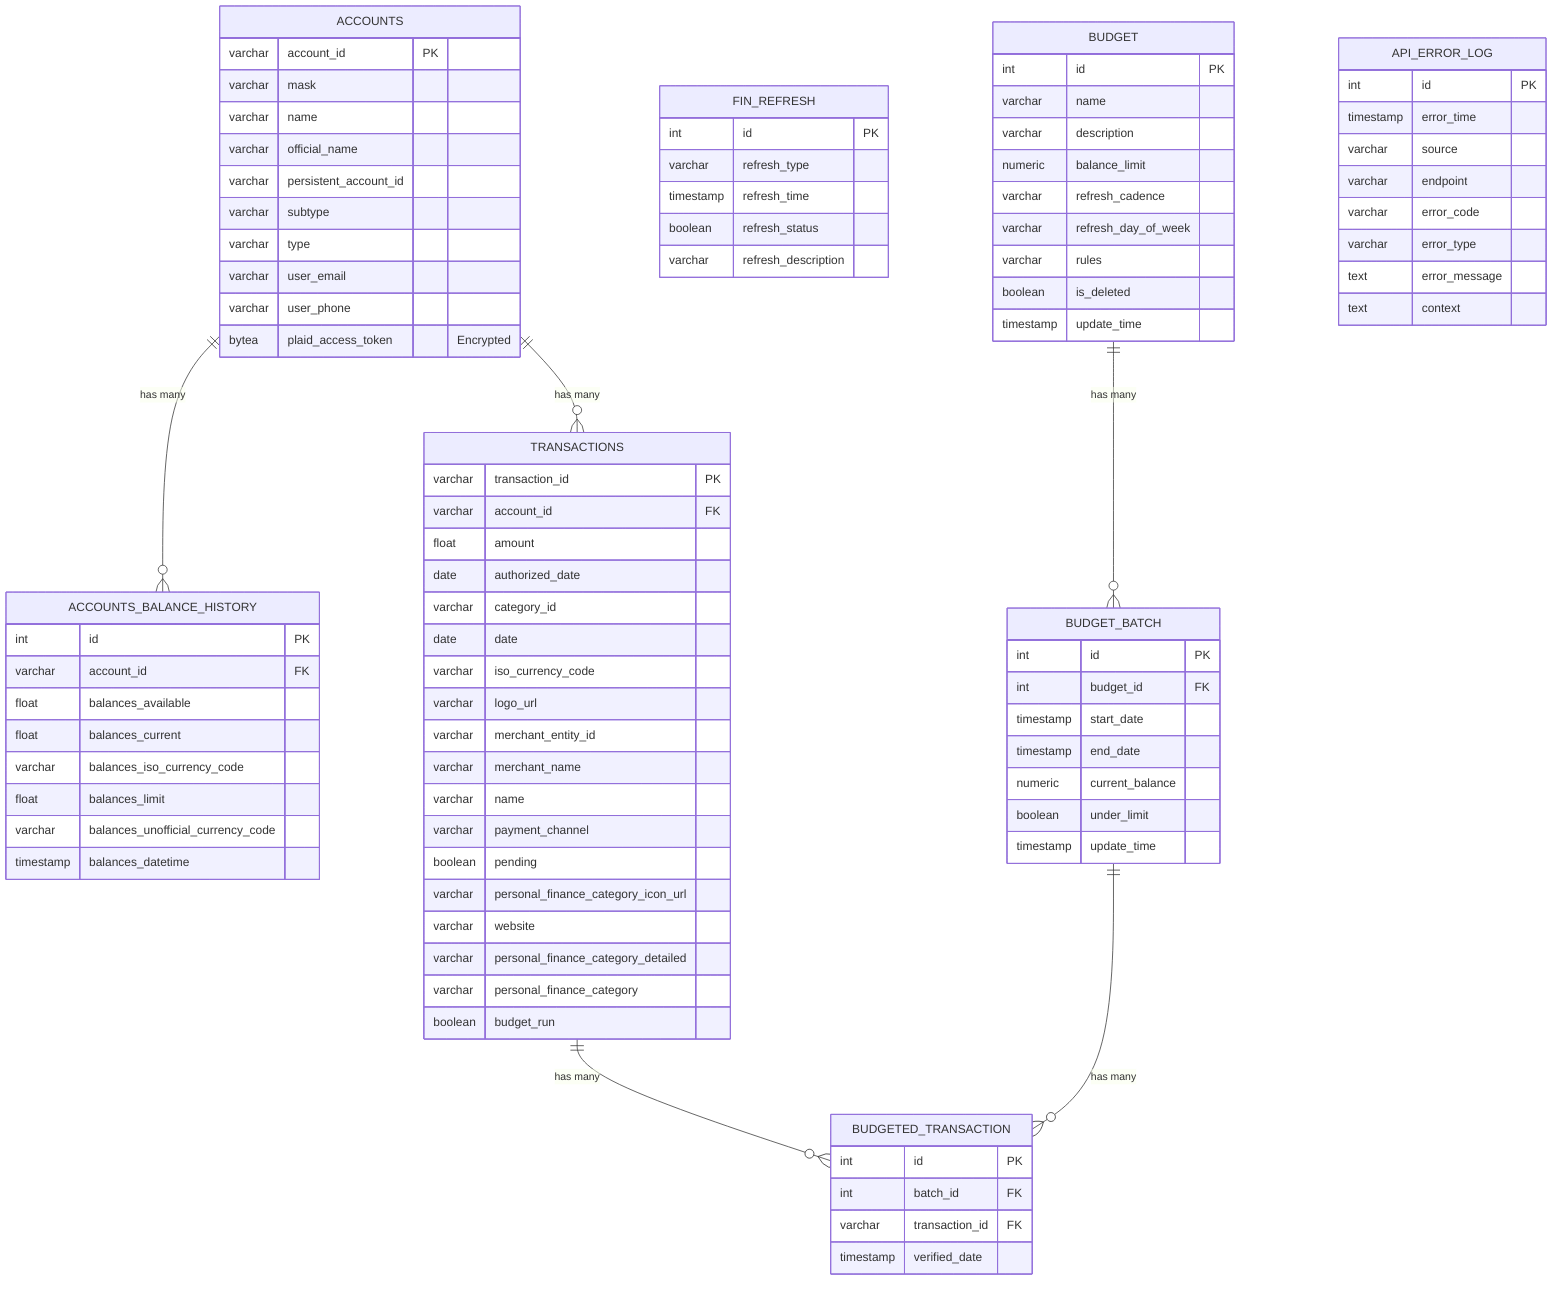
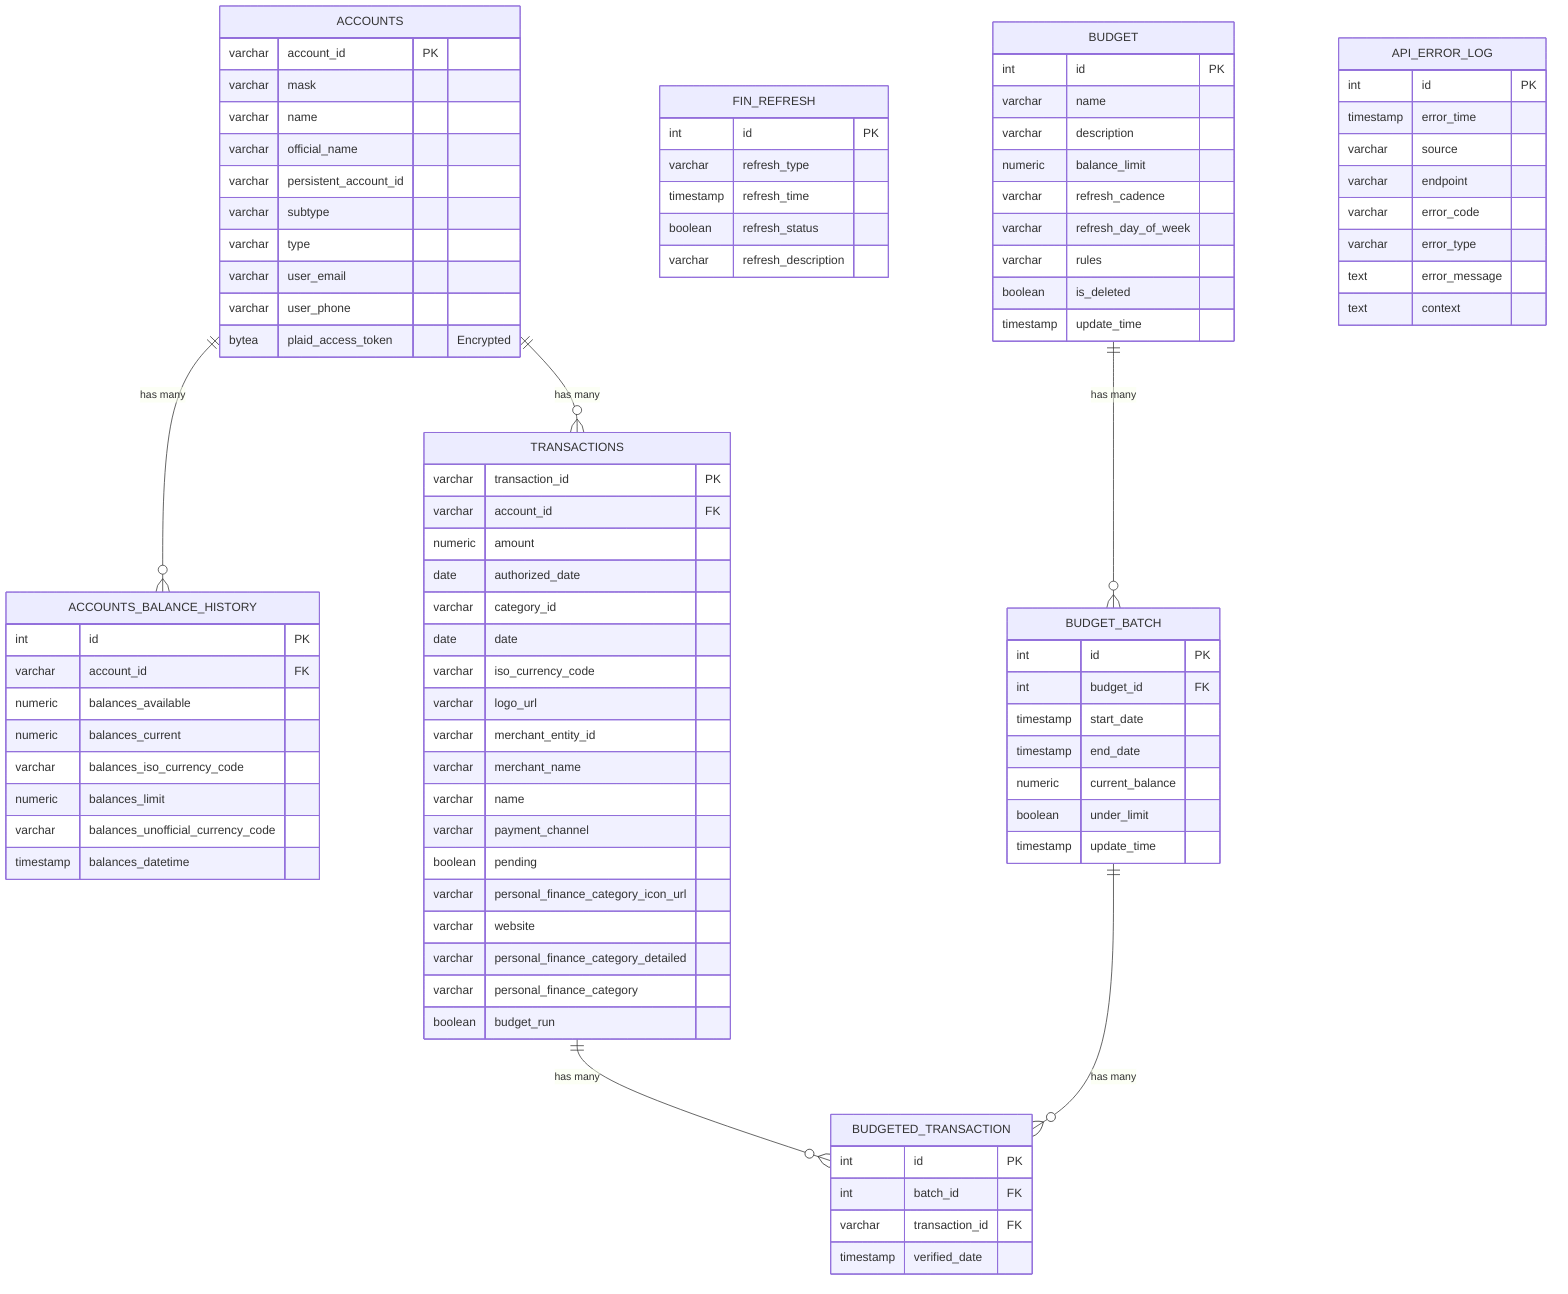
erDiagram
    ACCOUNTS {
        varchar account_id PK
        varchar mask
        varchar name
        varchar official_name
        varchar persistent_account_id
        varchar subtype
        varchar type
        varchar user_email
        varchar user_phone
        bytea plaid_access_token "Encrypted"
    }

    ACCOUNTS_BALANCE_HISTORY {
        int id PK
        varchar account_id FK
-         float balances_available
-         float balances_current
+         numeric balances_available
+         numeric balances_current
        varchar balances_iso_currency_code
-         float balances_limit
+         numeric balances_limit
        varchar balances_unofficial_currency_code
        timestamp balances_datetime
    }

    TRANSACTIONS {
        varchar transaction_id PK
        varchar account_id FK
-         float amount
+         numeric amount
        date authorized_date
        varchar category_id
        date date
        varchar iso_currency_code
        varchar logo_url
        varchar merchant_entity_id
        varchar merchant_name
        varchar name
        varchar payment_channel
        boolean pending
        varchar personal_finance_category_icon_url
        varchar website
        varchar personal_finance_category_detailed
        varchar personal_finance_category
        boolean budget_run
    }

    FIN_REFRESH {
        int id PK
        varchar refresh_type
        timestamp refresh_time
        boolean refresh_status
        varchar refresh_description
    }

    BUDGET {
        int id PK
        varchar name
        varchar description
        numeric balance_limit
        varchar refresh_cadence
        varchar refresh_day_of_week
        varchar rules
        boolean is_deleted
        timestamp update_time
    }

    BUDGET_BATCH {
        int id PK
        int budget_id FK
        timestamp start_date
        timestamp end_date
        numeric current_balance
        boolean under_limit
        timestamp update_time
    }

    BUDGETED_TRANSACTION {
        int id PK
        int batch_id FK
        varchar transaction_id FK
        timestamp verified_date
    }

    API_ERROR_LOG {
        int id PK
        timestamp error_time
        varchar source
        varchar endpoint
        varchar error_code
        varchar error_type
        text error_message
        text context
    }

    %% Relationships (generated from FOREIGN KEY constraints)
    ACCOUNTS ||--o{ ACCOUNTS_BALANCE_HISTORY : "has many"
    ACCOUNTS ||--o{ TRANSACTIONS : "has many"
    BUDGET ||--o{ BUDGET_BATCH : "has many"
    BUDGET_BATCH ||--o{ BUDGETED_TRANSACTION : "has many"
    TRANSACTIONS ||--o{ BUDGETED_TRANSACTION : "has many"
